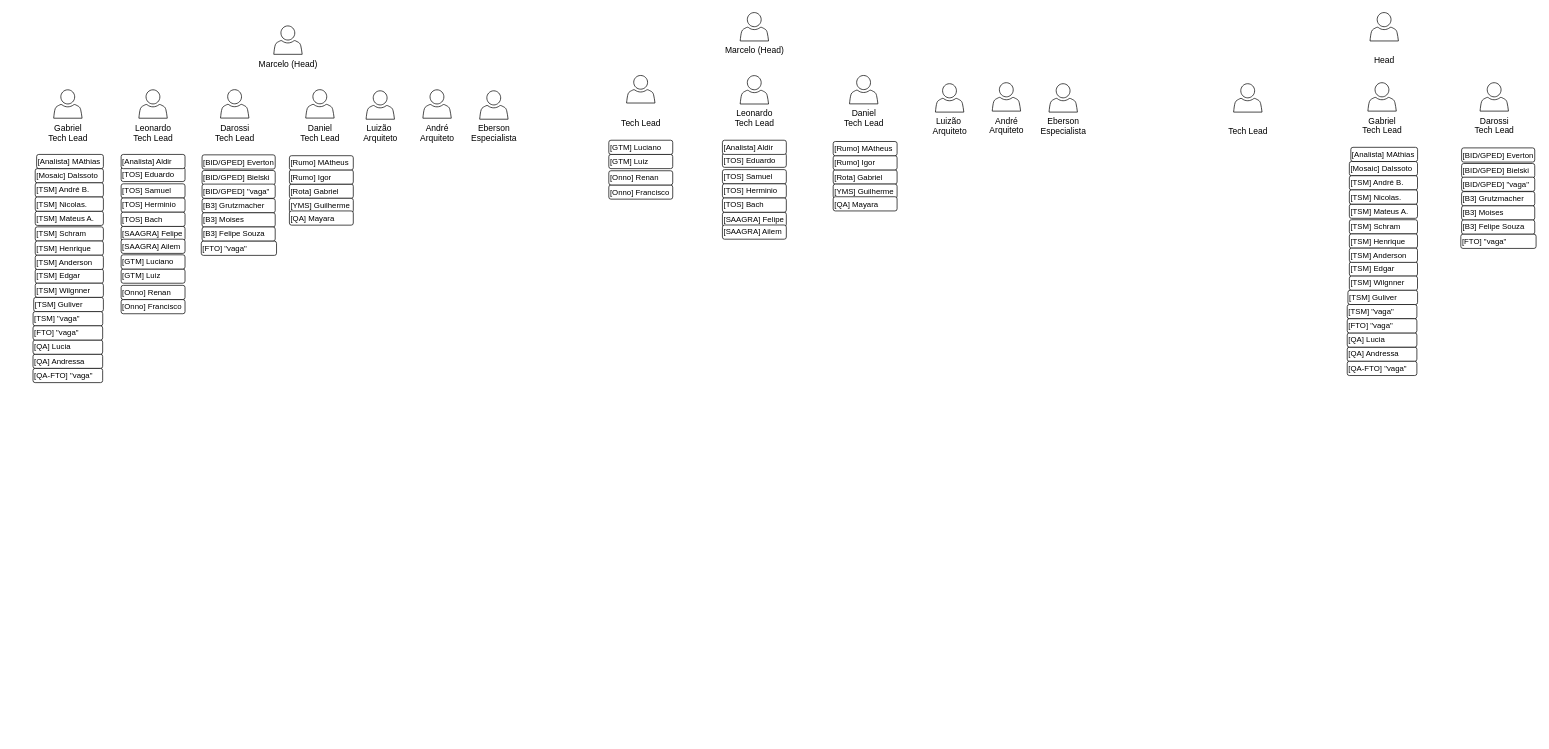
Earlier version of the draw.io diagram page "Página-7" (7 of 7) of time_org_24.drawio (marcelopedroso/yms_tech). Source tidied: cells renumbered, new cells numbered last; positions are measured from the earlier drawing's top-left corner, leaving out a move shared by most shapes. Both pictures are drawn from the tidied source at 71%, with x=0, y=0 at pixel (33, 12).
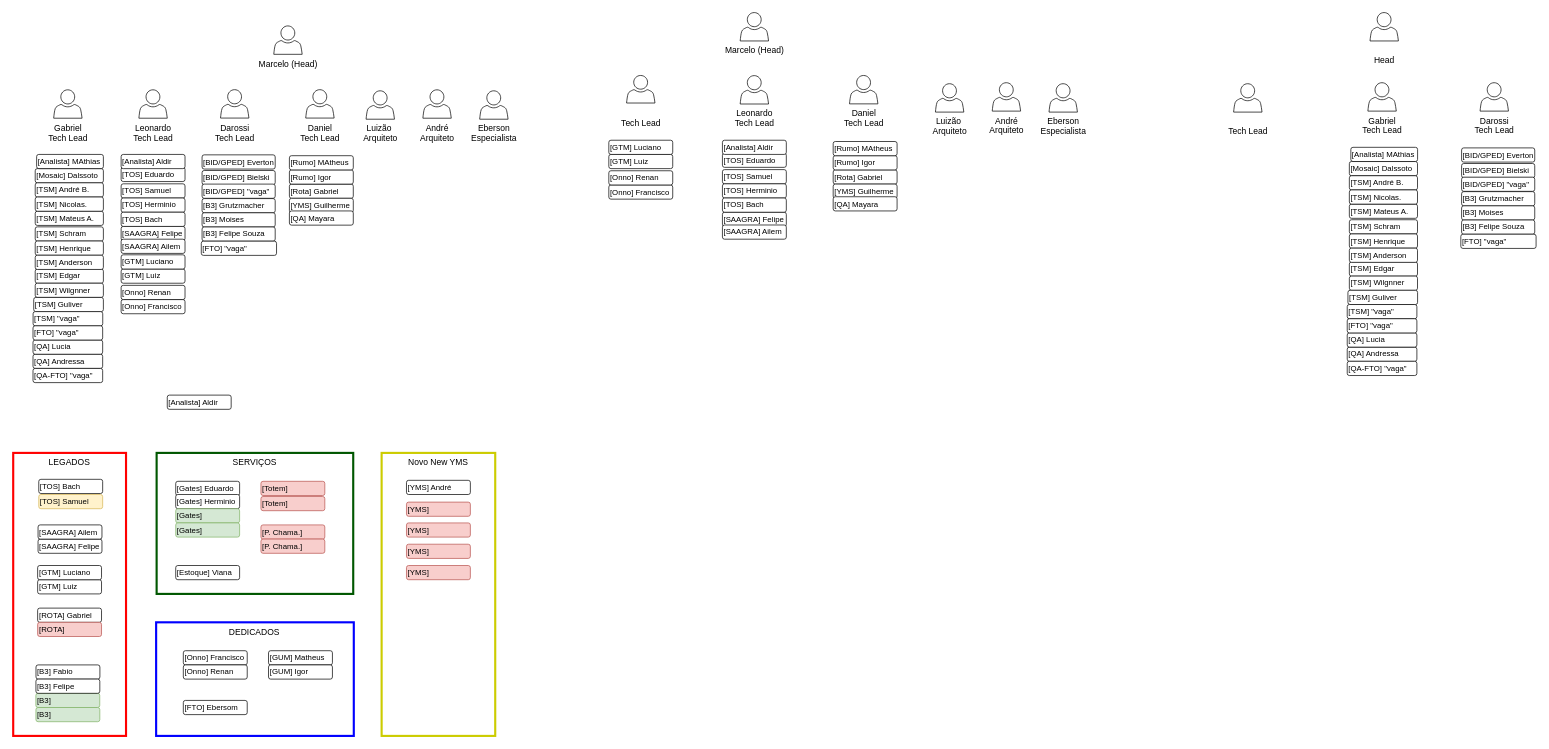
The same diagram, later.

Diff of the diagram source:
```diff
@@
+    <mxCell id="99" value="DEDICADOS" style="rounded=0;whiteSpace=wrap;html=1;fillColor=none;verticalAlign=top;strokeWidth=3;strokeColor=#0000FF;" parent="1" vertex="1">
+      <mxGeometry x="173.4" y="859" width="278.4" height="160" as="geometry" />
+    </mxCell>
+    <mxCell id="100" value="LEGADOS" style="rounded=0;whiteSpace=wrap;html=1;fillColor=none;verticalAlign=top;strokeWidth=3;strokeColor=#ff0000;" parent="1" vertex="1">
+      <mxGeometry x="-27.9" y="620.4" width="158.9" height="398.6" as="geometry" />
+    </mxCell>
+    <mxCell id="101" value="SERVIÇOS" style="rounded=0;whiteSpace=wrap;html=1;fillColor=none;verticalAlign=top;strokeWidth=3;strokeColor=#005700;fontColor=#000000;" parent="1" vertex="1">
+      <mxGeometry x="174.1" y="620.4" width="276.9" height="198.6" as="geometry" />
+    </mxCell>
@@
+    <mxCell id="102" value="[Gates] Eduardo" style="rounded=1;whiteSpace=wrap;html=1;fontSize=11;align=left;" parent="1" vertex="1">
+      <mxGeometry x="201" y="660.4" width="90" height="20" as="geometry" />
+    </mxCell>
+    <mxCell id="103" value="[GTM] Luiz" style="rounded=1;whiteSpace=wrap;html=1;fontSize=11;align=left;" parent="1" vertex="1">
+      <mxGeometry x="6.5" y="799" width="90" height="20" as="geometry" />
+    </mxCell>
+    <mxCell id="104" value="[SAAGRA] Felipe" style="rounded=1;whiteSpace=wrap;html=1;fontSize=11;align=left;" parent="1" vertex="1">
+      <mxGeometry x="7.1" y="741.8" width="90" height="20" as="geometry" />
+    </mxCell>
+    <mxCell id="105" value="[GTM] Luciano" style="rounded=1;whiteSpace=wrap;html=1;fontSize=11;align=left;" parent="1" vertex="1">
+      <mxGeometry x="6.5" y="779" width="90" height="20" as="geometry" />
+    </mxCell>
+    <mxCell id="106" value="[SAAGRA] Ailem" style="rounded=1;whiteSpace=wrap;html=1;fontSize=11;align=left;" parent="1" vertex="1">
+      <mxGeometry x="7.1" y="721.8" width="90" height="20" as="geometry" />
+    </mxCell>
+    <mxCell id="107" value="[Gates] Herminio" style="rounded=1;whiteSpace=wrap;html=1;fontSize=11;align=left;" parent="1" vertex="1">
+      <mxGeometry x="201" y="679" width="90" height="20" as="geometry" />
+    </mxCell>
+    <mxCell id="108" value="[TOS] Bach" style="rounded=1;whiteSpace=wrap;html=1;fontSize=11;align=left;" parent="1" vertex="1">
+      <mxGeometry x="8.1" y="657.6" width="90" height="20" as="geometry" />
+    </mxCell>
+    <mxCell id="109" value="[Onno] Francisco" style="rounded=1;whiteSpace=wrap;html=1;fontSize=11;align=left;" parent="1" vertex="1">
+      <mxGeometry x="211.7" y="899" width="90" height="20" as="geometry" />
+    </mxCell>
+    <mxCell id="110" value="[Onno] Renan" style="rounded=1;whiteSpace=wrap;html=1;fontSize=11;align=left;" parent="1" vertex="1">
+      <mxGeometry x="211.7" y="919" width="90" height="20" as="geometry" />
+    </mxCell>
+    <mxCell id="111" value="[Analista] Aldir" style="rounded=1;whiteSpace=wrap;html=1;fontSize=11;align=left;" parent="1" vertex="1">
+      <mxGeometry x="189.1" y="539" width="90" height="20" as="geometry" />
+    </mxCell>
+    <mxCell id="112" value="[Totem]&amp;nbsp;" style="rounded=1;whiteSpace=wrap;html=1;fontSize=11;align=left;fillColor=#f8cecc;strokeColor=#b85450;" parent="1" vertex="1">
+      <mxGeometry x="321" y="660.4" width="90" height="20" as="geometry" />
+    </mxCell>
+    <mxCell id="113" value="[Totem]&amp;nbsp;" style="rounded=1;whiteSpace=wrap;html=1;fontSize=11;align=left;fillColor=#f8cecc;strokeColor=#b85450;" parent="1" vertex="1">
+      <mxGeometry x="321" y="681.8" width="90" height="20" as="geometry" />
+    </mxCell>
+    <mxCell id="114" value="[P. Chama.]&amp;nbsp;" style="rounded=1;whiteSpace=wrap;html=1;fontSize=11;align=left;fillColor=#f8cecc;strokeColor=#b85450;" parent="1" vertex="1">
+      <mxGeometry x="321" y="721.8" width="90" height="20" as="geometry" />
+    </mxCell>
+    <mxCell id="115" value="[P. Chama.]&amp;nbsp;" style="rounded=1;whiteSpace=wrap;html=1;fontSize=11;align=left;fillColor=#f8cecc;strokeColor=#b85450;" parent="1" vertex="1">
+      <mxGeometry x="321" y="741.8" width="90" height="20" as="geometry" />
+    </mxCell>
+    <mxCell id="116" value="[Gates]&amp;nbsp;" style="rounded=1;whiteSpace=wrap;html=1;fontSize=11;align=left;fillColor=#d5e8d4;strokeColor=#82b366;" parent="1" vertex="1">
+      <mxGeometry x="201" y="699" width="90" height="20" as="geometry" />
+    </mxCell>
+    <mxCell id="117" value="[Gates]&amp;nbsp;" style="rounded=1;whiteSpace=wrap;html=1;fontSize=11;align=left;fillColor=#d5e8d4;strokeColor=#82b366;" parent="1" vertex="1">
+      <mxGeometry x="201" y="719" width="90" height="20" as="geometry" />
+    </mxCell>
+    <mxCell id="118" value="[TOS] Samuel" style="rounded=1;whiteSpace=wrap;html=1;fontSize=11;align=left;fillColor=#fff2cc;strokeColor=#d6b656;" parent="1" vertex="1">
+      <mxGeometry x="8.1" y="679" width="90" height="20" as="geometry" />
+    </mxCell>
+    <mxCell id="119" value="[Estoque] Viana" style="rounded=1;whiteSpace=wrap;html=1;fontSize=11;align=left;" parent="1" vertex="1">
+      <mxGeometry x="201" y="779" width="90" height="20" as="geometry" />
+    </mxCell>
+    <mxCell id="120" value="[GUM] Matheus" style="rounded=1;whiteSpace=wrap;html=1;fontSize=11;align=left;" parent="1" vertex="1">
+      <mxGeometry x="331.7" y="899" width="90" height="20" as="geometry" />
+    </mxCell>
+    <mxCell id="121" value="[GUM] Igor" style="rounded=1;whiteSpace=wrap;html=1;fontSize=11;align=left;" parent="1" vertex="1">
+      <mxGeometry x="331.7" y="919" width="90" height="20" as="geometry" />
+    </mxCell>
+    <mxCell id="122" value="[ROTA] Gabriel" style="rounded=1;whiteSpace=wrap;html=1;fontSize=11;align=left;" parent="1" vertex="1">
+      <mxGeometry x="6.5" y="839" width="90" height="20" as="geometry" />
+    </mxCell>
+    <mxCell id="123" value="[ROTA]&amp;nbsp;" style="rounded=1;whiteSpace=wrap;html=1;fontSize=11;align=left;fillColor=#f8cecc;strokeColor=#b85450;" parent="1" vertex="1">
+      <mxGeometry x="6.5" y="859" width="90" height="20" as="geometry" />
+    </mxCell>
+    <mxCell id="124" value="[B3] Fabio" style="rounded=1;whiteSpace=wrap;html=1;fontSize=11;align=left;" parent="1" vertex="1">
+      <mxGeometry x="4.2" y="919" width="90" height="20" as="geometry" />
+    </mxCell>
+    <mxCell id="125" value="[B3]&amp;nbsp;" style="rounded=1;whiteSpace=wrap;html=1;fontSize=11;align=left;fillColor=#d5e8d4;strokeColor=#82b366;" parent="1" vertex="1">
+      <mxGeometry x="4" y="959" width="90" height="20" as="geometry" />
+    </mxCell>
+    <mxCell id="126" value="[B3] Felipe" style="rounded=1;whiteSpace=wrap;html=1;fontSize=11;align=left;" parent="1" vertex="1">
+      <mxGeometry x="4.1" y="939" width="90" height="20" as="geometry" />
+    </mxCell>
+    <mxCell id="127" value="[B3]&amp;nbsp;" style="rounded=1;whiteSpace=wrap;html=1;fontSize=11;align=left;fillColor=#d5e8d4;strokeColor=#82b366;" parent="1" vertex="1">
+      <mxGeometry x="4.1" y="979" width="90" height="20" as="geometry" />
+    </mxCell>
+    <mxCell id="128" value="[FTO] Ebersom" style="rounded=1;whiteSpace=wrap;html=1;fontSize=11;align=left;" parent="1" vertex="1">
+      <mxGeometry x="211.7" y="969" width="90" height="20" as="geometry" />
+    </mxCell>
+    <mxCell id="129" value="Novo New YMS" style="rounded=0;whiteSpace=wrap;html=1;fillColor=none;verticalAlign=top;strokeWidth=3;strokeColor=#CCCC00;fontColor=#000000;" parent="1" vertex="1">
+      <mxGeometry x="491" y="620.4" width="160" height="398.6" as="geometry" />
+    </mxCell>
+    <mxCell id="130" value="[YMS] André" style="rounded=1;whiteSpace=wrap;html=1;fontSize=11;align=left;" parent="1" vertex="1">
+      <mxGeometry x="526" y="659" width="90" height="20" as="geometry" />
+    </mxCell>
+    <mxCell id="131" value="[YMS]&amp;nbsp;" style="rounded=1;whiteSpace=wrap;html=1;fontSize=11;align=left;fillColor=#f8cecc;strokeColor=#b85450;" parent="1" vertex="1">
+      <mxGeometry x="526" y="689.7" width="90" height="20" as="geometry" />
+    </mxCell>
+    <mxCell id="132" value="[YMS]&amp;nbsp;" style="rounded=1;whiteSpace=wrap;html=1;fontSize=11;align=left;fillColor=#f8cecc;strokeColor=#b85450;" parent="1" vertex="1">
+      <mxGeometry x="526" y="719" width="90" height="20" as="geometry" />
+    </mxCell>
+    <mxCell id="133" value="[YMS]&amp;nbsp;" style="rounded=1;whiteSpace=wrap;html=1;fontSize=11;align=left;fillColor=#f8cecc;strokeColor=#b85450;" parent="1" vertex="1">
+      <mxGeometry x="526" y="749" width="90" height="20" as="geometry" />
+    </mxCell>
+    <mxCell id="134" value="[YMS]&amp;nbsp;" style="rounded=1;whiteSpace=wrap;html=1;fontSize=11;align=left;fillColor=#f8cecc;strokeColor=#b85450;" parent="1" vertex="1">
+      <mxGeometry x="526" y="779" width="90" height="20" as="geometry" />
+    </mxCell>
```
